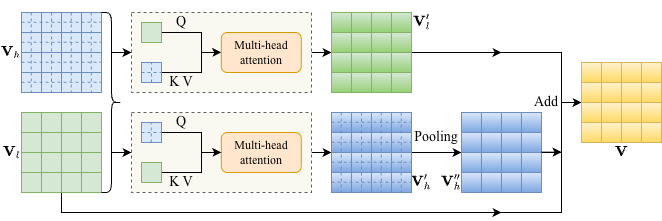
TuuSiwei/paper_image keeps this draw.io diagram as HeTu/attn.png. Above is the earlier version. Source tidied: cells renumbered, new cells last; positions are measured from the earlier drawing's top-left corner, leaving out a move shared by most shapes.
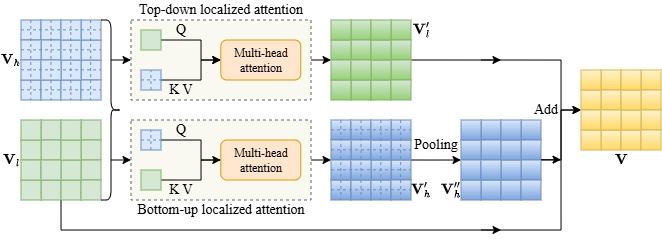
After the commit.

Diff of the diagram source:
```diff
@@ -23,8 +23,8 @@
     <mxCell id="8" style="edgeStyle=orthogonalEdgeStyle;rounded=0;jettySize=auto;html=1;exitX=0;exitY=1;exitDx=0;exitDy=0;entryX=1;entryY=0.5;entryDx=0;entryDy=0;endArrow=none;endFill=0;" parent="1" edge="1" source="9" target="149">
       <mxGeometry relative="1" as="geometry">
         <Array as="points">
-          <mxPoint x="60" y="200" />
-          <mxPoint x="560" y="200" />
+          <mxPoint x="60" y="210" />
+          <mxPoint x="560" y="210" />
         </Array>
       </mxGeometry>
     </mxCell>
@@ -571,9 +571,15 @@
     </mxCell>
     <mxCell id="153" style="endArrow=classic;html=1;rounded=0;" parent="1" edge="1">
       <mxGeometry relative="1" as="geometry">
-        <mxPoint x="480" y="200" as="sourcePoint" />
-        <mxPoint x="500" y="200" as="targetPoint" />
+        <mxPoint x="480" y="210" as="sourcePoint" />
+        <mxPoint x="500" y="210" as="targetPoint" />
       </mxGeometry>
     </mxCell>
+    <mxCell id="154" value="&lt;span style=&quot;font-size: 14px;&quot;&gt;Top-down localized attention&lt;/span&gt;" style="rounded=1;whiteSpace=wrap;html=1;fillColor=none;strokeColor=none;fontFamily=Times New Roman;" parent="1" vertex="1">
+      <mxGeometry x="130" y="-20" width="180" height="20" as="geometry" />
+    </mxCell>
+    <mxCell id="155" value="&lt;span style=&quot;font-size: 14px;&quot;&gt;Bottom-up localized attention&lt;/span&gt;" style="rounded=1;whiteSpace=wrap;html=1;fillColor=none;strokeColor=none;fontFamily=Times New Roman;" parent="1" vertex="1">
+      <mxGeometry x="130" y="180" width="180" height="20" as="geometry" />
+    </mxCell>
   </root>
 </mxGraphModel>
```
